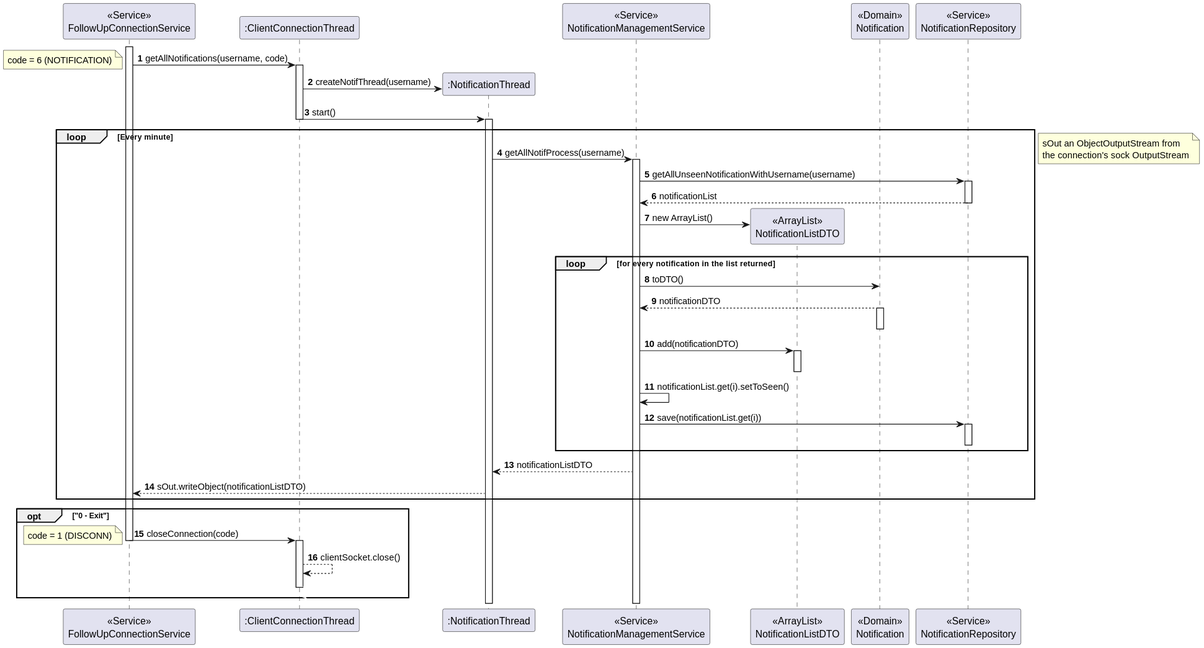
The PlantUML diagram docs/sprint-c/us_3001/US3001_SD/US3001_SD_Server_To_Repo.svg in rita-barbosa/LAPR4-2324, before a commit.
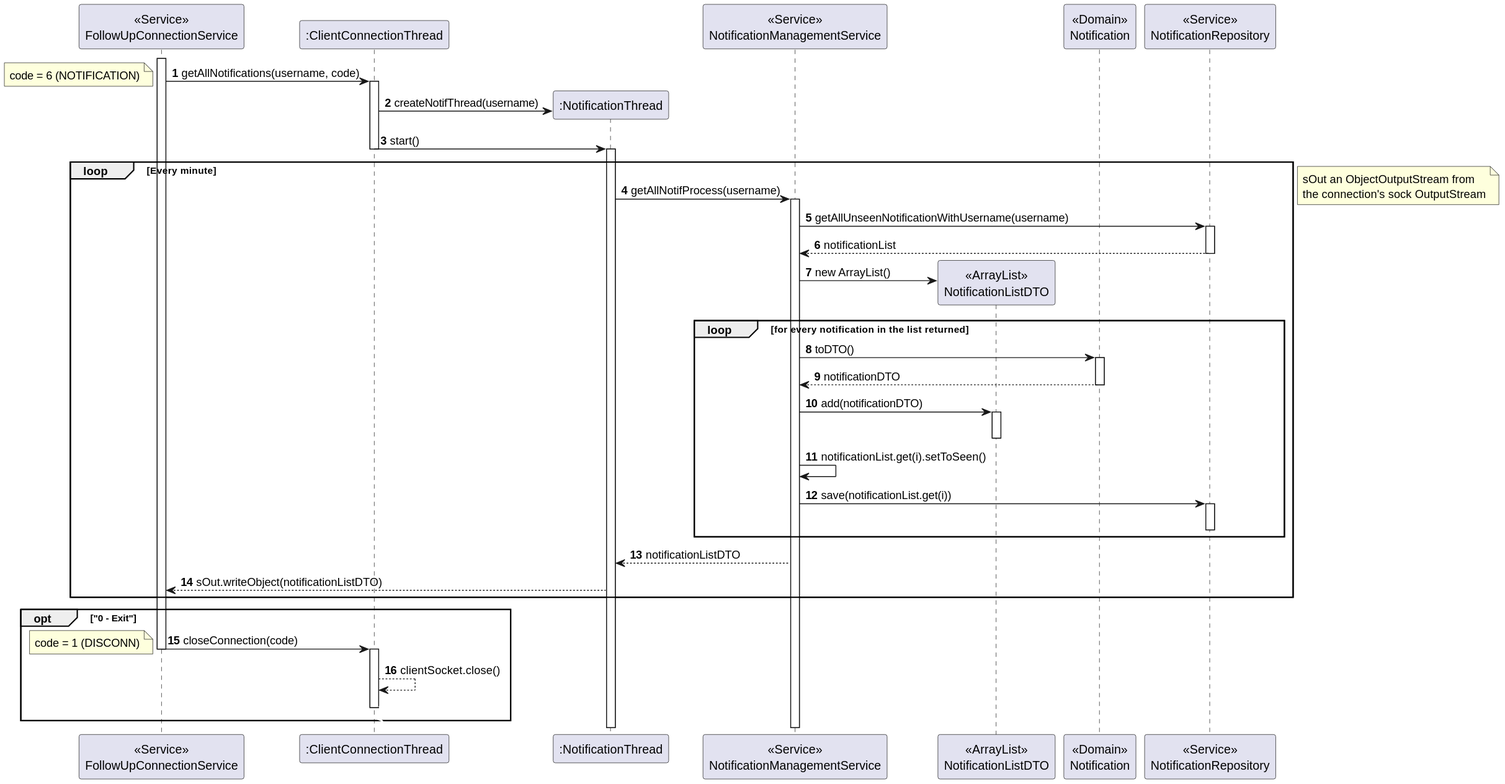
After the change.

Commit message:
docs: Updated SD [Perspective of server] of US 3001.

[#191]

Change to the diagram source:
```diff
@@ -48,9 +48,9 @@
 
                                 NS -> N : toDTO()
 
-                                N --> NS : notificationDTO
+                                activate N
 
-                                activate N
+                                    N --> NS : notificationDTO
 
                                 deactivate N
 
```
